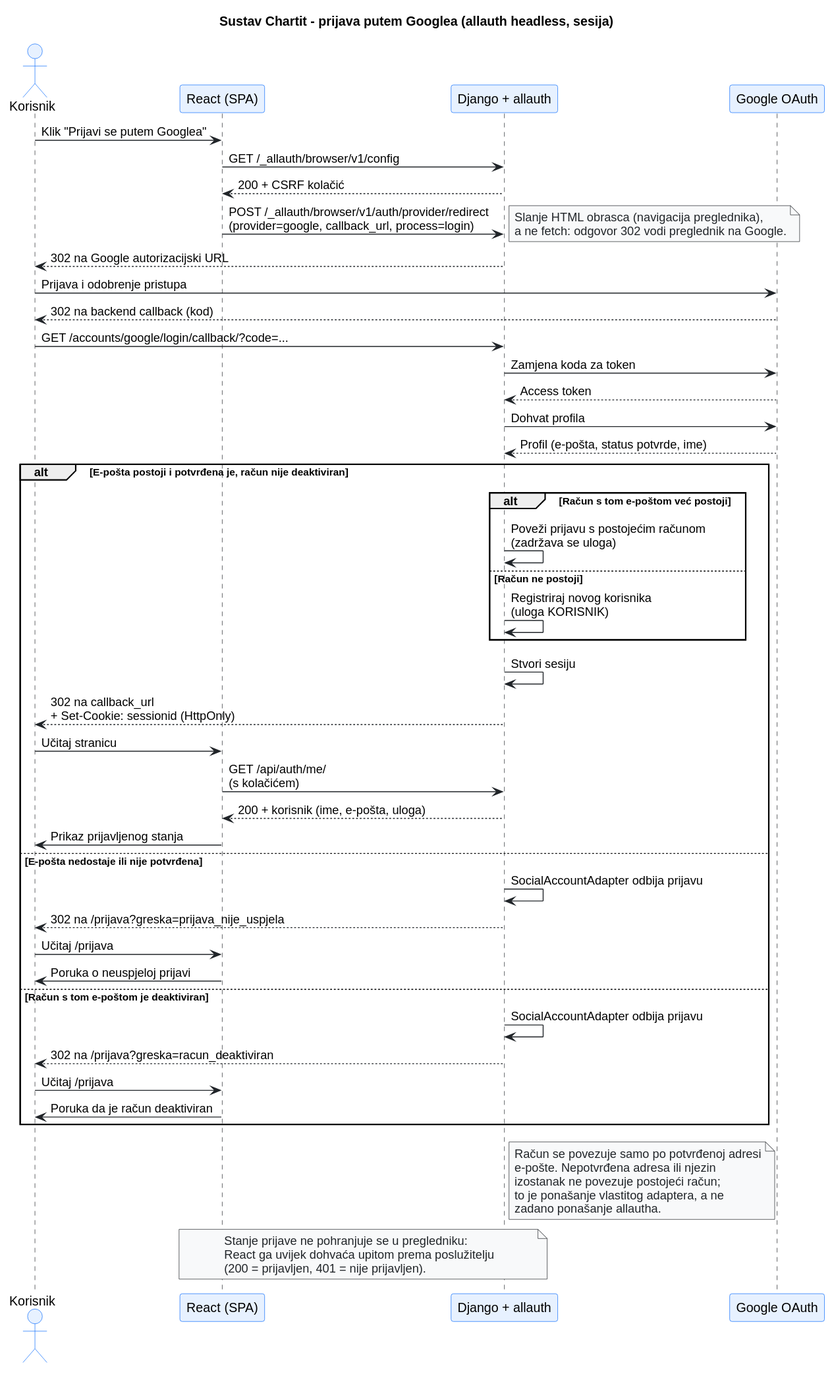
The PlantUML diagram docs/assets/diagrams/4-6-chartit-oauth-SD.svg in tmpteamname1/ChartIt, before a commit.
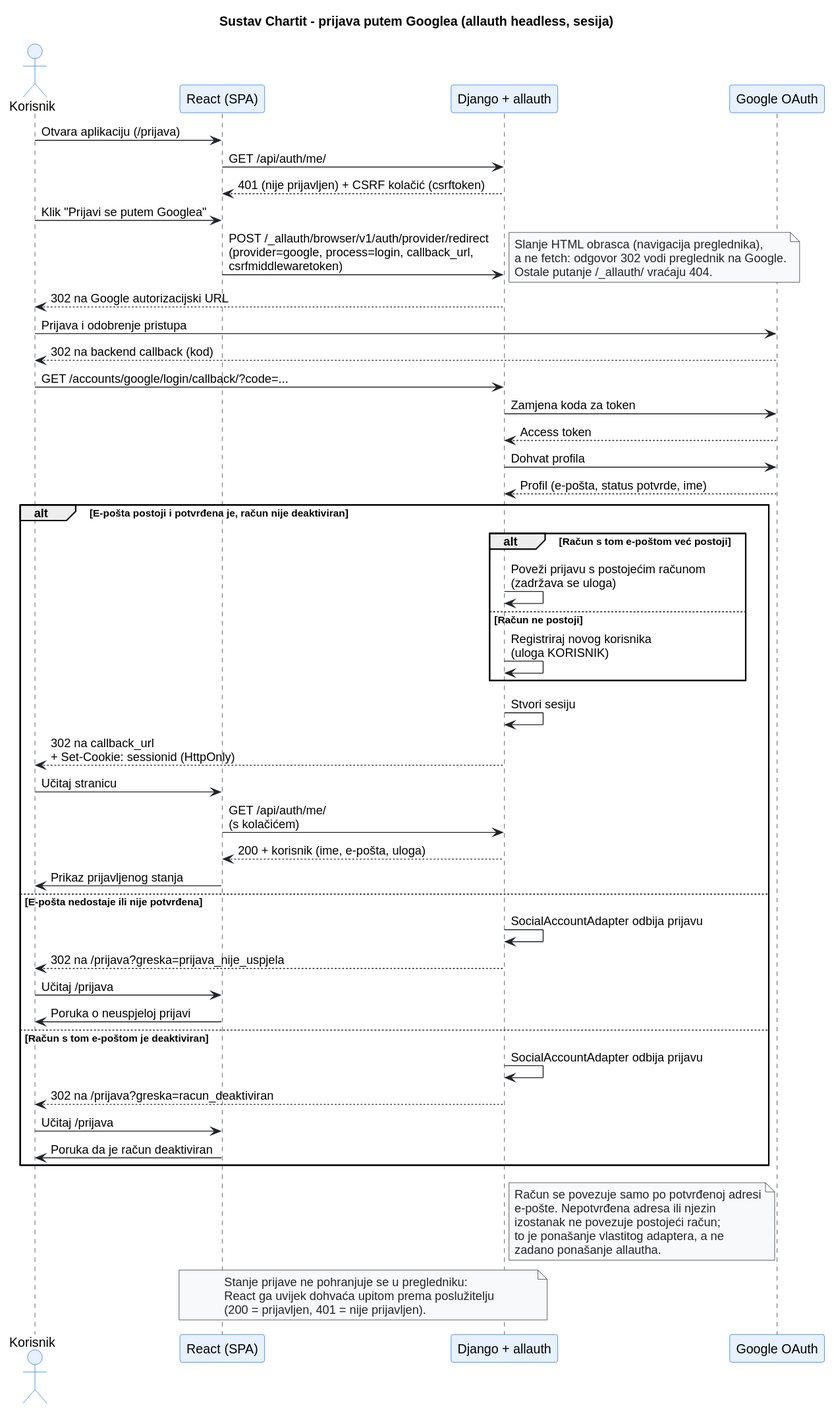
The same diagram one commit later.

The edit, as a diff of the source:
```diff
@@ -24,13 +24,15 @@
 participant "Django + allauth" as BE
 participant "Google OAuth" as G
 
+Korisnik -> FE : Otvara aplikaciju (/prijava)
+FE -> BE : GET /api/auth/me/
+BE --> FE : 401 (nije prijavljen) + CSRF kolačić (csrftoken)
 Korisnik -> FE : Klik "Prijavi se putem Googlea"
-FE -> BE : GET /_allauth/browser/v1/config
-BE --> FE : 200 + CSRF kolačić
-FE -> BE : POST /_allauth/browser/v1/auth/provider/redirect\n(provider=google, callback_url, process=login)
+FE -> BE : POST /_allauth/browser/v1/auth/provider/redirect\n(provider=google, process=login, callback_url,\ncsrfmiddlewaretoken)
 note right
   Slanje HTML obrasca (navigacija preglednika),
   a ne fetch: odgovor 302 vodi preglednik na Google.
+  Ostale putanje /_allauth/ vraćaju 404.
 end note
 BE --> Korisnik : 302 na Google autorizacijski URL
 
```
